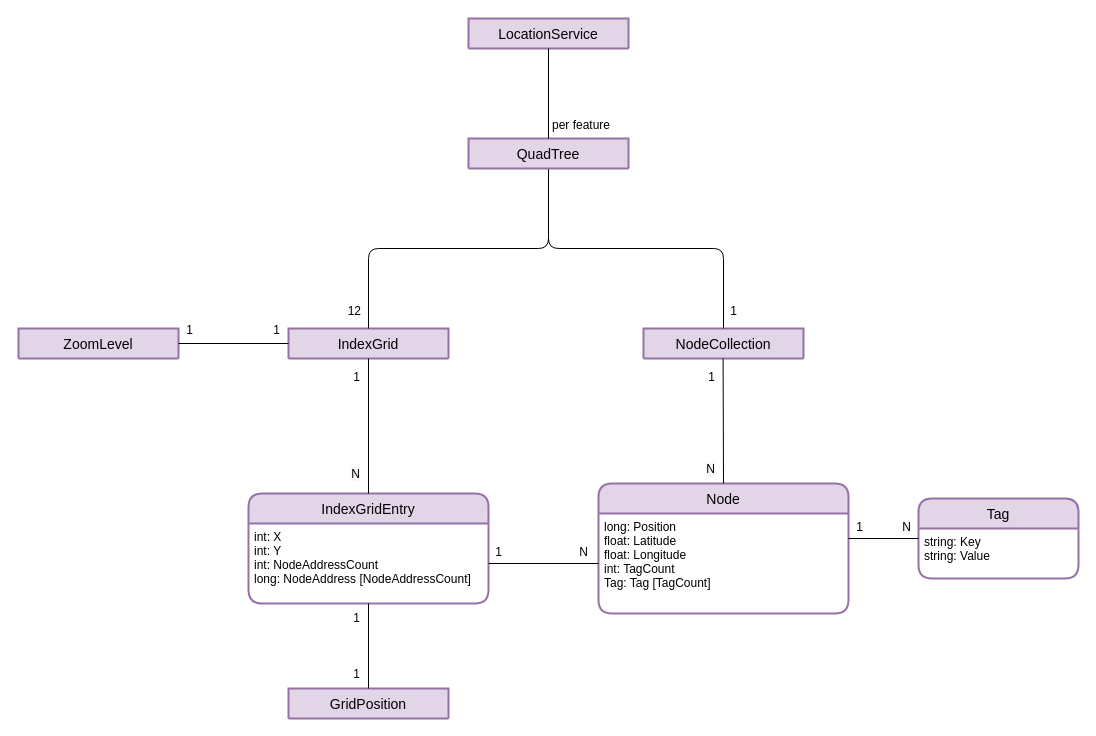
gartenkralle/geolocation-services-doc keeps this draw.io diagram as page "data-format" (3 of 4) of _images/architecture.drawio. Above is the earlier version. Source tidied: cells renumbered, new cells numbered last; positions are measured from the earlier drawing's top-left corner, leaving out a move shared by most shapes. Both pictures are drawn from the tidied source at 100%, with x=0, y=0 at pixel (18, 18).
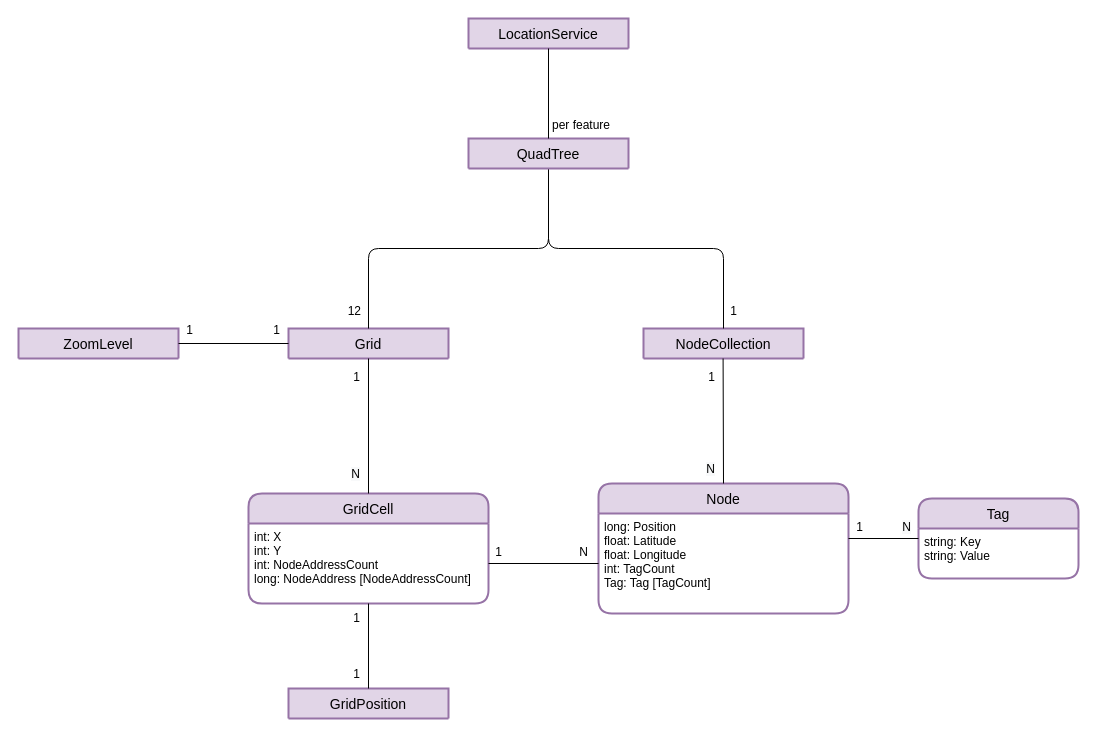
Above is the later version.

Change to the diagram source:
```diff
@@
-    <mxCell id="4" value="IndexGridEntry" style="swimlane;horizontal=1;startSize=30;rounded=1;fontSize=14;fontStyle=0;strokeWidth=2;shadow=0;dashed=0;align=center;fillColor=#e1d5e7;strokeColor=#9673a6;" parent="1" vertex="1">
+    <mxCell id="4" value="GridCell" style="swimlane;horizontal=1;startSize=30;rounded=1;fontSize=14;fontStyle=0;strokeWidth=2;shadow=0;dashed=0;align=center;fillColor=#e1d5e7;strokeColor=#9673a6;" parent="1" vertex="1">
       <mxGeometry x="230" y="475" width="240" height="110" as="geometry" />
     </mxCell>
@@
-    <mxCell id="6" value="IndexGrid" style="swimlane;horizontal=1;startSize=30;rounded=1;fontSize=14;fontStyle=0;strokeWidth=2;shadow=0;dashed=0;align=center;fillColor=#e1d5e7;strokeColor=#9673a6;" parent="1" vertex="1">
+    <mxCell id="6" value="Grid" style="swimlane;horizontal=1;startSize=30;rounded=1;fontSize=14;fontStyle=0;strokeWidth=2;shadow=0;dashed=0;align=center;fillColor=#e1d5e7;strokeColor=#9673a6;" parent="1" vertex="1">
       <mxGeometry x="270" y="310" width="160" height="30" as="geometry" />
     </mxCell>
```
